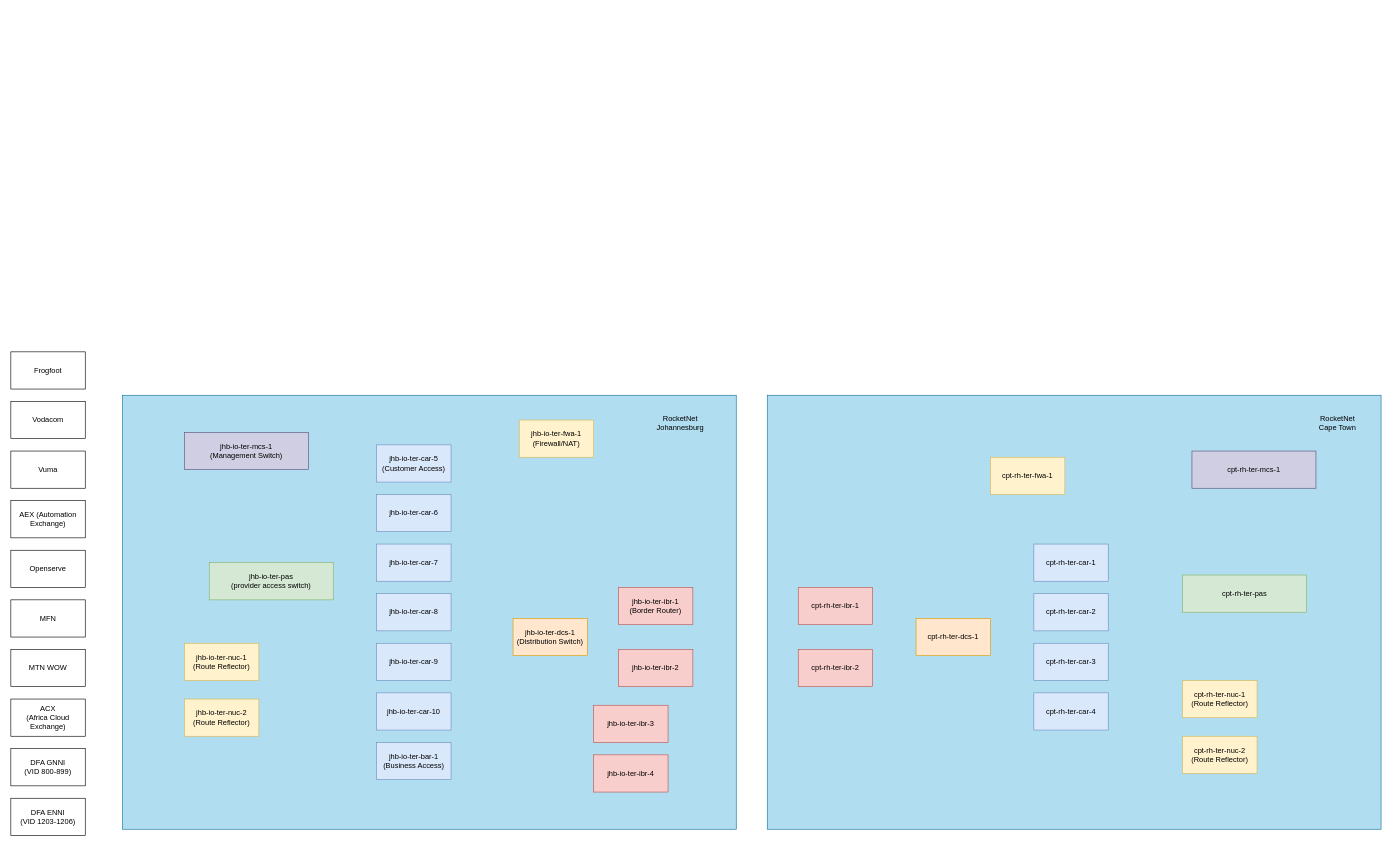
Above: Untitled Diagram.drawio in sudoRockiteer/drawio (draw.io), before the change. Source tidied: cells renumbered, new cells numbered last; positions are measured from the earlier drawing's top-left corner, leaving out a move shared by most shapes. Both pictures are drawn from the tidied source at 62%, with x=0, y=0 at pixel (11, 352).
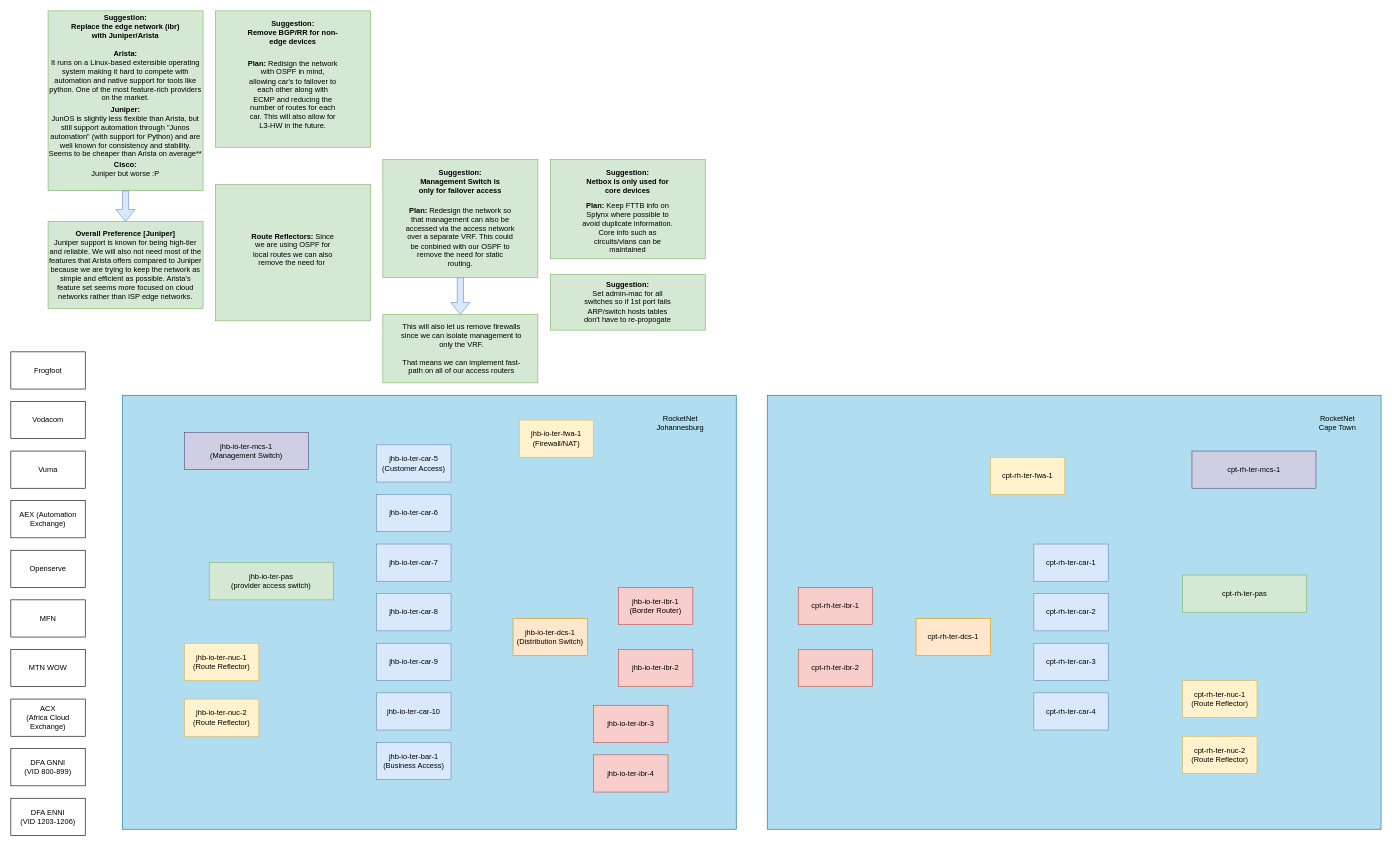
Above is the later version.

What changed in the source:
```diff
@@
+    <mxCell id="46" style="edgeStyle=orthogonalEdgeStyle;rounded=0;jettySize=auto;html=1;entryX=0.5;entryY=0;entryDx=0;entryDy=0;shape=flexArrow;fillColor=#dae8fc;strokeColor=#6c8ebf;" parent="1" edge="1" source="47" target="58">
+      <mxGeometry relative="1" as="geometry" />
+    </mxCell>
+    <mxCell id="47" style="rounded=0;whiteSpace=wrap;html=1;fillColor=#d5e8d4;strokeColor=#82b366;" parent="1" vertex="1">
+      <mxGeometry x="600" y="-310" width="250" height="190" as="geometry" />
+    </mxCell>
@@
+    <mxCell id="48" value="&lt;b&gt;Suggestion:&lt;br&gt;Management Switch is only for failover access&lt;/b&gt;" style="text;html=1;align=center;verticalAlign=middle;whiteSpace=wrap;rounded=0;" parent="1" vertex="1">
+      <mxGeometry x="650" y="-290" width="150" height="30" as="geometry" />
+    </mxCell>
+    <mxCell id="49" value="&lt;b&gt;Plan: &lt;/b&gt;Redesign the network so that management can also be accessed via the access network over a separate VRF. This could be conbined with our OSPF to remove the need for static routing." style="text;html=1;align=center;verticalAlign=middle;whiteSpace=wrap;rounded=0;" parent="1" vertex="1">
+      <mxGeometry x="635" y="-200" width="180" height="30" as="geometry" />
+    </mxCell>
+    <mxCell id="50" style="rounded=0;whiteSpace=wrap;html=1;fillColor=#d5e8d4;strokeColor=#82b366;" parent="1" vertex="1">
+      <mxGeometry x="870" y="-310" width="250" height="160" as="geometry" />
+    </mxCell>
+    <mxCell id="51" value="&lt;b&gt;Suggestion:&lt;br&gt;Netbox is only used for core devices&lt;/b&gt;" style="text;html=1;align=center;verticalAlign=middle;whiteSpace=wrap;rounded=0;" parent="1" vertex="1">
+      <mxGeometry x="920" y="-290" width="150" height="30" as="geometry" />
+    </mxCell>
+    <mxCell id="52" value="&lt;b&gt;Plan: &lt;/b&gt;Keep FTTB info on Splynx where possible to avoid duplicate information. Core info such as circuits/vlans can be maintained" style="text;html=1;align=center;verticalAlign=middle;whiteSpace=wrap;rounded=0;" parent="1" vertex="1">
+      <mxGeometry x="920" y="-215" width="150" height="30" as="geometry" />
+    </mxCell>
+    <mxCell id="53" style="rounded=0;whiteSpace=wrap;html=1;fillColor=#d5e8d4;strokeColor=#82b366;" parent="1" vertex="1">
+      <mxGeometry x="870" y="-125" width="250" height="90" as="geometry" />
+    </mxCell>
+    <mxCell id="54" value="&lt;b&gt;Suggestion:&lt;/b&gt;&lt;br&gt;Set admin-mac for all switches so if 1st port fails ARP/switch hosts tables don't have to re-propogate" style="text;html=1;align=center;verticalAlign=middle;whiteSpace=wrap;rounded=0;" parent="1" vertex="1">
+      <mxGeometry x="920" y="-95" width="150" height="30" as="geometry" />
+    </mxCell>
+    <mxCell id="55" style="rounded=0;whiteSpace=wrap;html=1;fillColor=#d5e8d4;strokeColor=#82b366;" parent="1" vertex="1">
+      <mxGeometry x="330" y="-550" width="250" height="220" as="geometry" />
+    </mxCell>
+    <mxCell id="56" value="&lt;b&gt;Suggestion:&lt;br&gt;Remove BGP/RR for non-edge devices&lt;/b&gt;" style="text;html=1;align=center;verticalAlign=middle;whiteSpace=wrap;rounded=0;" parent="1" vertex="1">
+      <mxGeometry x="380" y="-530" width="150" height="30" as="geometry" />
+    </mxCell>
+    <mxCell id="57" value="&lt;b&gt;Plan: &lt;/b&gt;Redisign the network with OSPF in mind, allowing car's to failover to each other along with ECMP and reducing the number of routes for each car. This will also allow for L3-HW in the future." style="text;html=1;align=center;verticalAlign=middle;whiteSpace=wrap;rounded=0;" parent="1" vertex="1">
+      <mxGeometry x="380" y="-430" width="150" height="30" as="geometry" />
+    </mxCell>
+    <mxCell id="58" style="rounded=0;whiteSpace=wrap;html=1;fillColor=#d5e8d4;strokeColor=#82b366;" parent="1" vertex="1">
+      <mxGeometry x="600" y="-60" width="250" height="110" as="geometry" />
+    </mxCell>
+    <mxCell id="59" value="This will also let us remove firewalls since we can isolate management to only the VRF.&lt;br&gt;&lt;br&gt;That means we can implement fast-path on all of our access routers" style="text;html=1;align=center;verticalAlign=middle;whiteSpace=wrap;rounded=0;" parent="1" vertex="1">
+      <mxGeometry x="622.5" y="-20" width="207.5" height="30" as="geometry" />
+    </mxCell>
+    <mxCell id="60" style="rounded=0;whiteSpace=wrap;html=1;fillColor=#d5e8d4;strokeColor=#82b366;" parent="1" vertex="1">
+      <mxGeometry x="60" y="-550" width="250" height="290" as="geometry" />
+    </mxCell>
+    <mxCell id="61" value="&lt;b&gt;Suggestion:&lt;br&gt;Replace the edge network (ibr) with Juniper/Arista&lt;/b&gt;" style="text;html=1;align=center;verticalAlign=middle;whiteSpace=wrap;rounded=0;" parent="1" vertex="1">
+      <mxGeometry x="95" y="-540" width="180" height="30" as="geometry" />
+    </mxCell>
+    <mxCell id="62" value="&lt;b&gt;Arista:&lt;/b&gt;&lt;br&gt;It runs on a Linux-based extensible operating system making it hard to compete with automation and native support for tools like python. One of the most feature-rich providers on the market." style="text;html=1;align=center;verticalAlign=middle;whiteSpace=wrap;rounded=0;" parent="1" vertex="1">
+      <mxGeometry x="60" y="-460" width="250" height="30" as="geometry" />
+    </mxCell>
+    <mxCell id="63" value="&lt;b&gt;Juniper:&lt;/b&gt;&lt;br&gt;JunOS is slightly less flexible than Arista, but still support automation through &quot;Junos automation&quot; (with support for Python) and are well known for consistency and stability. Seems to be cheaper than Arista on average**" style="text;html=1;align=center;verticalAlign=middle;whiteSpace=wrap;rounded=0;" parent="1" vertex="1">
+      <mxGeometry x="60" y="-370" width="250" height="30" as="geometry" />
+    </mxCell>
+    <mxCell id="64" style="rounded=0;whiteSpace=wrap;html=1;fillColor=#d5e8d4;strokeColor=#82b366;" parent="1" vertex="1">
+      <mxGeometry x="60" y="-210" width="250" height="140" as="geometry" />
+    </mxCell>
+    <mxCell id="65" style="edgeStyle=orthogonalEdgeStyle;rounded=0;jettySize=auto;html=1;entryX=0.5;entryY=0;entryDx=0;entryDy=0;shape=flexArrow;fillColor=#dae8fc;strokeColor=#6c8ebf;exitX=0.5;exitY=1;exitDx=0;exitDy=0;" parent="1" edge="1" source="60" target="64">
+      <mxGeometry relative="1" as="geometry" />
+    </mxCell>
+    <mxCell id="66" value="&lt;b&gt;Overall Preference [Juniper]&lt;/b&gt;&lt;br&gt;Juniper support is known for being high-tier and reliable. We will also not need most of the features that Arista offers compared to Juniper because we are trying to keep the network as simple and efficient as possible. Arista's feature set seems more focused on cloud networks rather than ISP edge networks." style="text;html=1;align=center;verticalAlign=middle;whiteSpace=wrap;rounded=0;" parent="1" vertex="1">
+      <mxGeometry x="60" y="-155" width="250" height="30" as="geometry" />
+    </mxCell>
+    <mxCell id="67" value="&lt;b&gt;Cisco:&lt;/b&gt;&lt;br&gt;Juniper but worse :P" style="text;html=1;align=center;verticalAlign=middle;whiteSpace=wrap;rounded=0;" parent="1" vertex="1">
+      <mxGeometry x="60" y="-310" width="250" height="30" as="geometry" />
+    </mxCell>
+    <mxCell id="68" style="rounded=0;whiteSpace=wrap;html=1;fillColor=#d5e8d4;strokeColor=#82b366;" parent="1" vertex="1">
+      <mxGeometry x="330" y="-270" width="250" height="220" as="geometry" />
+    </mxCell>
+    <mxCell id="69" value="&lt;b&gt;Route Reflectors: &lt;/b&gt;Since we are using OSPF for local routes we can also remove the need for&amp;nbsp;" style="text;html=1;align=center;verticalAlign=middle;whiteSpace=wrap;rounded=0;" parent="1" vertex="1">
+      <mxGeometry x="380" y="-180" width="150" height="30" as="geometry" />
+    </mxCell>
```
